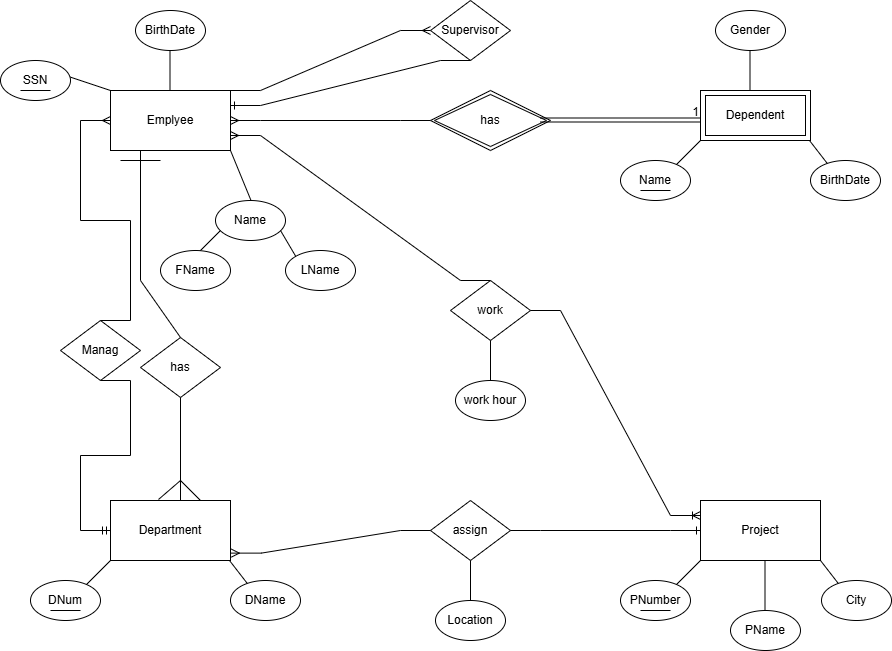
Earlier version of the draw.io export day2/Company E-R.png (faljabri09-blip/Database-Course-documentation). Source tidied: cells renumbered, new cells last; positions are measured from the earlier drawing's top-left corner, leaving out a move shared by most shapes.
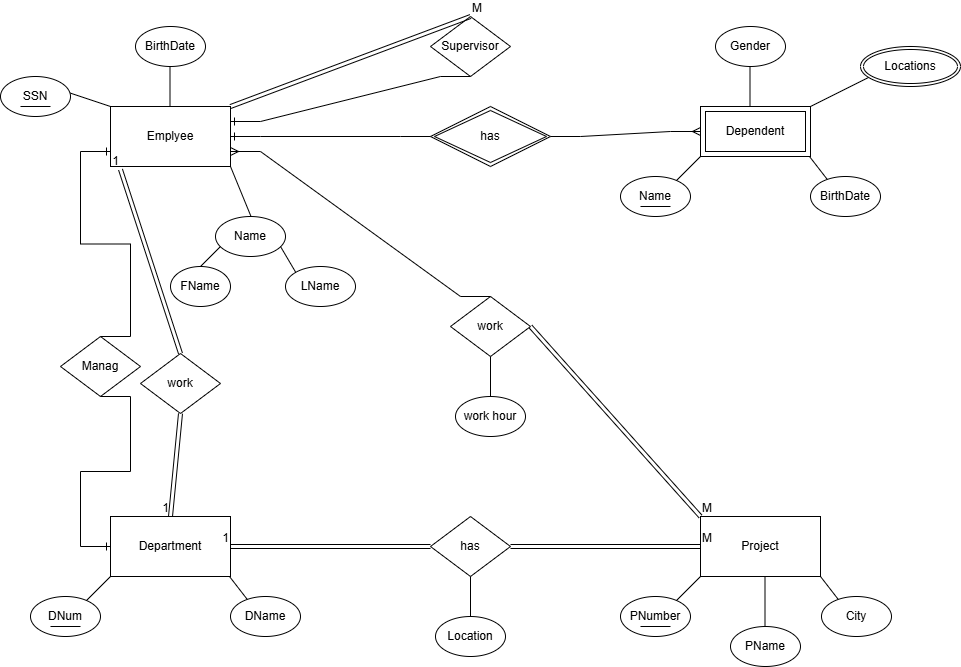
Above is the later version.

Change to the diagram source:
```diff
@@ -47,7 +47,7 @@
       </mxGeometry>
     </mxCell>
     <mxCell id="12" value="FName" style="ellipse;whiteSpace=wrap;html=1;" parent="1" vertex="1">
-      <mxGeometry x="160" y="250" width="70" height="40" as="geometry" />
+      <mxGeometry x="170" y="250" width="60" height="40" as="geometry" />
     </mxCell>
     <mxCell id="13" value="LName" style="ellipse;whiteSpace=wrap;html=1;" parent="1" vertex="1">
       <mxGeometry x="285" y="250" width="70" height="40" as="geometry" />
@@ -144,24 +144,18 @@
         <mxPoint x="670" y="190" as="targetPoint" />
       </mxGeometry>
     </mxCell>
-    <mxCell id="33" value="assign" style="rhombus;whiteSpace=wrap;html=1;" parent="1" vertex="1">
+    <mxCell id="33" value="has" style="rhombus;whiteSpace=wrap;html=1;" parent="1" vertex="1">
       <mxGeometry x="430" y="500" width="80" height="60" as="geometry" />
     </mxCell>
     <mxCell id="34" value="Manag" style="rhombus;whiteSpace=wrap;html=1;" parent="1" vertex="1">
       <mxGeometry x="60" y="320" width="80" height="60" as="geometry" />
     </mxCell>
-    <mxCell id="35" value="has" style="rhombus;whiteSpace=wrap;html=1;" parent="1" vertex="1">
+    <mxCell id="35" value="work" style="rhombus;whiteSpace=wrap;html=1;" parent="1" vertex="1">
       <mxGeometry x="140" y="337" width="80" height="60" as="geometry" />
     </mxCell>
     <mxCell id="36" value="work" style="rhombus;whiteSpace=wrap;html=1;" parent="1" vertex="1">
       <mxGeometry x="450" y="280" width="80" height="60" as="geometry" />
     </mxCell>
-    <mxCell id="37" style="edgeStyle=entityRelationEdgeStyle;fontSize=12;html=1;endArrow=ERmandOne;rounded=0;entryX=0;entryY=0.5;entryDx=0;entryDy=0;exitX=0.5;exitY=1;exitDx=0;exitDy=0;" parent="1" edge="1" source="34" target="4">
-      <mxGeometry relative="1" as="geometry" />
-    </mxCell>
-    <mxCell id="38" style="edgeStyle=entityRelationEdgeStyle;fontSize=12;html=1;endArrow=ERmany;rounded=0;exitX=0.5;exitY=0;exitDx=0;exitDy=0;entryX=0;entryY=0.5;entryDx=0;entryDy=0;" parent="1" edge="1" source="34" target="2">
-      <mxGeometry relative="1" as="geometry" />
-    </mxCell>
     <mxCell id="39" value="Supervisor" style="rhombus;whiteSpace=wrap;html=1;" parent="1" vertex="1">
       <mxGeometry x="430" width="80" height="60" as="geometry" />
     </mxCell>
@@ -171,15 +165,6 @@
     <mxCell id="41" value="has" style="shape=rhombus;double=1;perimeter=rhombusPerimeter;whiteSpace=wrap;html=1;align=center;" parent="1" vertex="1">
       <mxGeometry x="430" y="90" width="120" height="60" as="geometry" />
     </mxCell>
-    <mxCell id="42" style="shape=link;html=1;rounded=0;" parent="1" edge="1">
-      <mxGeometry relative="1" as="geometry">
-        <mxPoint x="540" y="119.5" as="sourcePoint" />
-        <mxPoint x="700" y="119.5" as="targetPoint" />
-      </mxGeometry>
-    </mxCell>
-    <mxCell id="43" value="1" style="html=1;whiteSpace=wrap;align=right;verticalAlign=bottom;" parent="42" vertex="1">
-      <mxGeometry x="1" relative="1" as="geometry" />
-    </mxCell>
     <mxCell id="44" style="endArrow=none;html=1;rounded=0;entryX=0.5;entryY=1;entryDx=0;entryDy=0;" parent="1" edge="1" target="36">
       <mxGeometry relative="1" as="geometry">
         <mxPoint x="490" y="380" as="sourcePoint" />
@@ -197,55 +182,17 @@
     <mxCell id="47" value="Location" style="ellipse;whiteSpace=wrap;html=1;" parent="1" vertex="1">
       <mxGeometry x="435" y="600" width="70" height="40" as="geometry" />
     </mxCell>
-    <mxCell id="48" style="endArrow=none;html=1;rounded=0;exitX=0.5;exitY=0;exitDx=0;exitDy=0;entryX=0.25;entryY=1;entryDx=0;entryDy=0;" parent="1" edge="1" source="35" target="2">
-      <mxGeometry relative="1" as="geometry">
-        <Array as="points">
-          <mxPoint x="140" y="280" />
-        </Array>
-      </mxGeometry>
-    </mxCell>
-    <mxCell id="49" style="endArrow=none;html=1;rounded=0;" parent="1" edge="1">
-      <mxGeometry relative="1" as="geometry">
-        <mxPoint x="120" y="160" as="sourcePoint" />
-        <mxPoint x="160" y="160" as="targetPoint" />
-      </mxGeometry>
-    </mxCell>
-    <mxCell id="50" style="edgeStyle=entityRelationEdgeStyle;fontSize=12;html=1;endArrow=ERoneToMany;rounded=0;entryX=0;entryY=0.25;entryDx=0;entryDy=0;exitX=1;exitY=0.5;exitDx=0;exitDy=0;" parent="1" edge="1" source="36" target="3">
-      <mxGeometry relative="1" as="geometry" />
-    </mxCell>
     <mxCell id="51" style="edgeStyle=entityRelationEdgeStyle;fontSize=12;html=1;endArrow=ERmany;rounded=0;entryX=1;entryY=0.75;entryDx=0;entryDy=0;exitX=0.5;exitY=0;exitDx=0;exitDy=0;" parent="1" edge="1" source="36" target="2">
       <mxGeometry relative="1" as="geometry" />
     </mxCell>
-    <mxCell id="52" style="edgeStyle=entityRelationEdgeStyle;fontSize=12;html=1;endArrow=ERmany;rounded=0;entryX=1;entryY=0.5;entryDx=0;entryDy=0;exitX=0;exitY=0.5;exitDx=0;exitDy=0;" parent="1" edge="1" source="41" target="2">
-      <mxGeometry relative="1" as="geometry" />
+    <mxCell id="52" style="edgeStyle=entityRelationEdgeStyle;fontSize=12;html=1;endArrow=ERmany;rounded=0;entryX=0;entryY=0.5;entryDx=0;entryDy=0;" parent="1" edge="1" target="40">
+      <mxGeometry relative="1" as="geometry">
+        <mxPoint x="550" y="120" as="sourcePoint" />
+      </mxGeometry>
     </mxCell>
-    <mxCell id="53" style="edgeStyle=entityRelationEdgeStyle;fontSize=12;html=1;endArrow=ERmany;rounded=0;entryX=1.007;entryY=0.877;entryDx=0;entryDy=0;exitX=0;exitY=0.5;exitDx=0;exitDy=0;entryPerimeter=0;" parent="1" edge="1" source="33" target="4">
-      <mxGeometry relative="1" as="geometry" />
-    </mxCell>
-    <mxCell id="54" style="edgeStyle=entityRelationEdgeStyle;fontSize=12;html=1;endArrow=ERone;endFill=1;rounded=0;entryX=0;entryY=0.5;entryDx=0;entryDy=0;exitX=1;exitY=0.5;exitDx=0;exitDy=0;" parent="1" edge="1" source="33" target="3">
-      <mxGeometry relative="1" as="geometry" />
-    </mxCell>
     <mxCell id="55" style="edgeStyle=entityRelationEdgeStyle;fontSize=12;html=1;endArrow=ERone;endFill=1;rounded=0;exitX=0.5;exitY=1;exitDx=0;exitDy=0;entryX=1;entryY=0.25;entryDx=0;entryDy=0;" parent="1" edge="1" source="39" target="2">
       <mxGeometry relative="1" as="geometry" />
     </mxCell>
-    <mxCell id="56" style="edgeStyle=entityRelationEdgeStyle;fontSize=12;html=1;endArrow=ERmany;rounded=0;exitX=1;exitY=0;exitDx=0;exitDy=0;" parent="1" edge="1" source="2" target="39">
-      <mxGeometry relative="1" as="geometry" />
-    </mxCell>
-    <mxCell id="57" style="endArrow=none;html=1;rounded=0;exitX=0.5;exitY=1;exitDx=0;exitDy=0;" parent="1" edge="1" source="35">
-      <mxGeometry relative="1" as="geometry">
-        <mxPoint x="180" y="500" as="targetPoint" />
-      </mxGeometry>
-    </mxCell>
-    <mxCell id="58" style="endArrow=none;html=1;rounded=0;exitX=0.4;exitY=-0.017;exitDx=0;exitDy=0;exitPerimeter=0;" parent="1" edge="1" source="4">
-      <mxGeometry relative="1" as="geometry">
-        <mxPoint x="180" y="480" as="targetPoint" />
-      </mxGeometry>
-    </mxCell>
-    <mxCell id="59" style="endArrow=none;html=1;rounded=0;exitX=0.75;exitY=0;exitDx=0;exitDy=0;" parent="1" edge="1" source="4">
-      <mxGeometry relative="1" as="geometry">
-        <mxPoint x="180" y="480" as="targetPoint" />
-      </mxGeometry>
-    </mxCell>
     <mxCell id="60" style="endArrow=none;html=1;rounded=0;" parent="1" edge="1">
       <mxGeometry relative="1" as="geometry">
         <mxPoint x="20" y="90" as="sourcePoint" />
@@ -258,5 +205,60 @@
         <mxPoint x="670" y="610" as="targetPoint" />
       </mxGeometry>
     </mxCell>
+    <mxCell id="62" style="endArrow=none;html=1;rounded=0;entryX=1;entryY=0;entryDx=0;entryDy=0;" parent="1" edge="1" target="40">
+      <mxGeometry relative="1" as="geometry">
+        <mxPoint x="870" y="60" as="sourcePoint" />
+      </mxGeometry>
+    </mxCell>
+    <mxCell id="63" value="Locations" style="ellipse;shape=doubleEllipse;margin=3;whiteSpace=wrap;html=1;align=center;" parent="1" vertex="1">
+      <mxGeometry x="860" y="30" width="100" height="40" as="geometry" />
+    </mxCell>
+    <mxCell id="64" style="edgeStyle=entityRelationEdgeStyle;fontSize=12;html=1;endArrow=ERone;endFill=1;rounded=0;exitX=0;exitY=0.5;exitDx=0;exitDy=0;entryX=1;entryY=0.5;entryDx=0;entryDy=0;" parent="1" edge="1" source="41" target="2">
+      <mxGeometry relative="1" as="geometry" />
+    </mxCell>
+    <mxCell id="38" style="edgeStyle=entityRelationEdgeStyle;fontSize=12;html=1;endArrow=ERone;endFill=1;rounded=0;exitX=0.5;exitY=0;exitDx=0;exitDy=0;entryX=0;entryY=0.75;entryDx=0;entryDy=0;" parent="1" edge="1" source="34" target="2">
+      <mxGeometry relative="1" as="geometry" />
+    </mxCell>
+    <mxCell id="37" style="edgeStyle=entityRelationEdgeStyle;fontSize=12;html=1;endArrow=ERone;endFill=1;rounded=0;exitX=0.5;exitY=1;exitDx=0;exitDy=0;entryX=0;entryY=0.5;entryDx=0;entryDy=0;" parent="1" edge="1" source="34" target="4">
+      <mxGeometry relative="1" as="geometry" />
+    </mxCell>
+    <mxCell id="65" style="shape=link;html=1;rounded=0;exitX=0;exitY=0;exitDx=0;exitDy=0;entryX=1;entryY=0.5;entryDx=0;entryDy=0;" parent="1" edge="1" source="3" target="36">
+      <mxGeometry relative="1" as="geometry" />
+    </mxCell>
+    <mxCell id="66" value="M" style="html=1;whiteSpace=wrap;align=left;verticalAlign=bottom;" parent="65" vertex="1">
+      <mxGeometry x="-1" relative="1" as="geometry" />
+    </mxCell>
+    <mxCell id="67" style="shape=link;html=1;rounded=0;exitX=0;exitY=0.5;exitDx=0;exitDy=0;entryX=1;entryY=0.5;entryDx=0;entryDy=0;" parent="1" edge="1" source="3" target="33">
+      <mxGeometry relative="1" as="geometry" />
+    </mxCell>
+    <mxCell id="68" value="M" style="html=1;whiteSpace=wrap;align=left;verticalAlign=bottom;" parent="67" vertex="1">
+      <mxGeometry x="-1" relative="1" as="geometry" />
+    </mxCell>
+    <mxCell id="69" style="shape=link;html=1;rounded=0;entryX=0.5;entryY=0;entryDx=0;entryDy=0;exitX=0.5;exitY=1;exitDx=0;exitDy=0;" parent="1" edge="1" source="35" target="4">
+      <mxGeometry relative="1" as="geometry" />
+    </mxCell>
+    <mxCell id="70" value="1" style="html=1;whiteSpace=wrap;align=right;verticalAlign=bottom;" parent="69" vertex="1">
+      <mxGeometry x="1" relative="1" as="geometry" />
+    </mxCell>
+    <mxCell id="71" style="shape=link;html=1;rounded=0;exitX=0.5;exitY=0;exitDx=0;exitDy=0;" parent="1" edge="1" source="35">
+      <mxGeometry relative="1" as="geometry">
+        <mxPoint x="120" y="153" as="targetPoint" />
+      </mxGeometry>
+    </mxCell>
+    <mxCell id="72" value="1" style="html=1;whiteSpace=wrap;align=right;verticalAlign=bottom;" parent="71" vertex="1">
+      <mxGeometry x="1" relative="1" as="geometry" />
+    </mxCell>
+    <mxCell id="53" style="shape=link;html=1;rounded=0;entryX=1;entryY=0.5;entryDx=0;entryDy=0;exitX=0;exitY=0.5;exitDx=0;exitDy=0;" parent="1" edge="1" source="33" target="4">
+      <mxGeometry relative="1" as="geometry" />
+    </mxCell>
+    <mxCell id="73" value="1" style="html=1;whiteSpace=wrap;align=right;verticalAlign=bottom;" parent="53" vertex="1">
+      <mxGeometry x="1" relative="1" as="geometry" />
+    </mxCell>
+    <mxCell id="74" style="shape=link;html=1;rounded=0;entryX=1;entryY=0;entryDx=0;entryDy=0;exitX=0.5;exitY=0;exitDx=0;exitDy=0;" parent="1" edge="1" source="39" target="2">
+      <mxGeometry relative="1" as="geometry" />
+    </mxCell>
+    <mxCell id="75" value="M" style="html=1;whiteSpace=wrap;align=left;verticalAlign=bottom;" parent="74" vertex="1">
+      <mxGeometry x="-1" relative="1" as="geometry" />
+    </mxCell>
   </root>
 </mxGraphModel>
```
